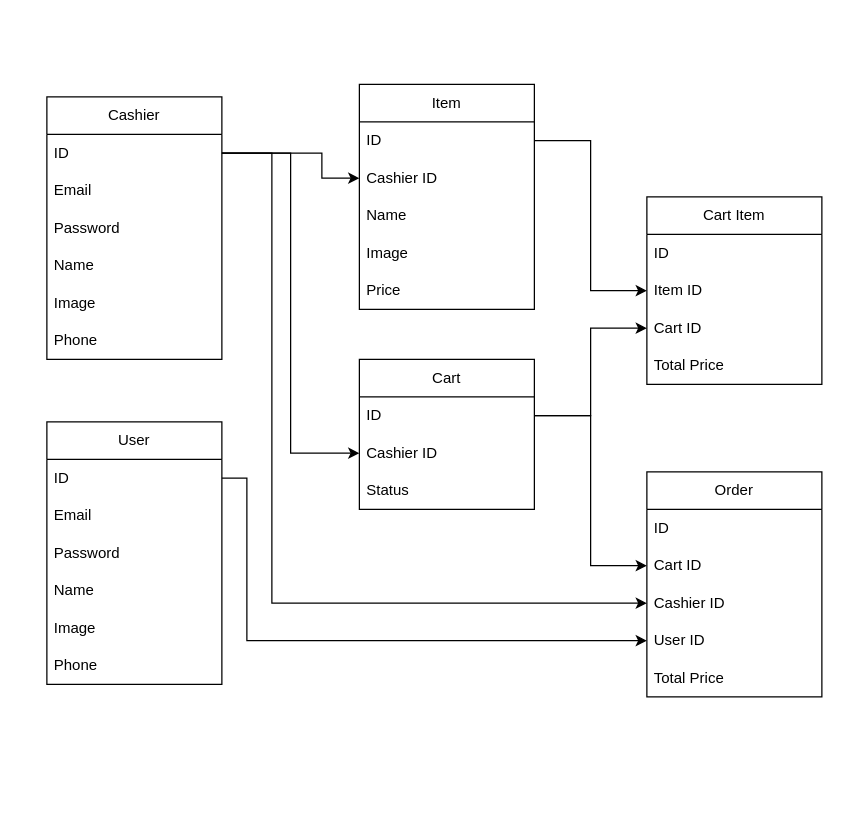
Before: erd-qrin.drawio in gemm123/qrin-api, a draw.io diagram. Source tidied: cells renumbered, new cells numbered last; positions are measured from the earlier drawing's top-left corner, leaving out a move shared by most shapes. Both pictures are drawn from the tidied source at 125%, with x=0, y=0 at pixel (46, 84).
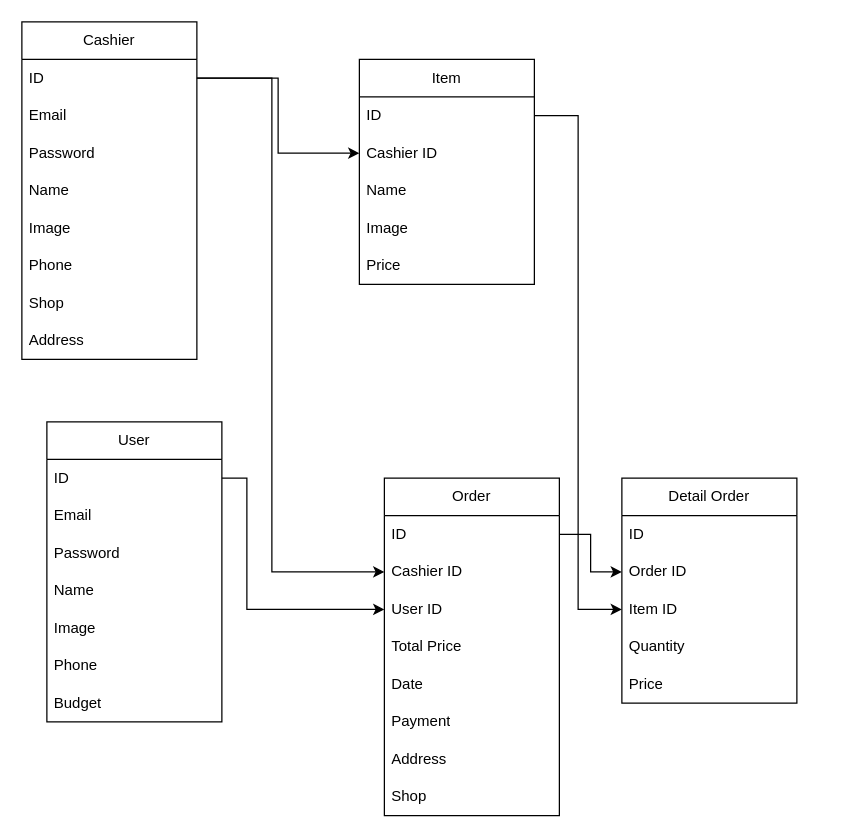
After the change.

The change refers to these unchanged cells:
```xml
<mxCell id="3" value="ID" style="text;strokeColor=none;fillColor=none;align=left;verticalAlign=middle;spacingLeft=4;spacingRight=4;overflow=hidden;points=[[0,0.5],[1,0.5]];portConstraint=eastwest;whiteSpace=wrap;html=1;" parent="2" vertex="1">
  <mxGeometry y="30" width="140" height="30" as="geometry" />
</mxCell>
<mxCell id="10" value="ID" style="text;strokeColor=none;fillColor=none;align=left;verticalAlign=middle;spacingLeft=4;spacingRight=4;overflow=hidden;points=[[0,0.5],[1,0.5]];portConstraint=eastwest;whiteSpace=wrap;html=1;" parent="9" vertex="1">
  <mxGeometry y="30" width="140" height="30" as="geometry" />
</mxCell>
<mxCell id="11" value="Cashier ID" style="text;strokeColor=none;fillColor=none;align=left;verticalAlign=middle;spacingLeft=4;spacingRight=4;overflow=hidden;points=[[0,0.5],[1,0.5]];portConstraint=eastwest;whiteSpace=wrap;html=1;" parent="9" vertex="1">
  <mxGeometry y="60" width="140" height="30" as="geometry" />
</mxCell>
<mxCell id="29" value="ID" style="text;strokeColor=none;fillColor=none;align=left;verticalAlign=middle;spacingLeft=4;spacingRight=4;overflow=hidden;points=[[0,0.5],[1,0.5]];portConstraint=eastwest;whiteSpace=wrap;html=1;" parent="28" vertex="1">
  <mxGeometry y="30" width="140" height="30" as="geometry" />
</mxCell>
<mxCell id="36" value="ID" style="text;strokeColor=none;fillColor=none;align=left;verticalAlign=middle;spacingLeft=4;spacingRight=4;overflow=hidden;points=[[0,0.5],[1,0.5]];portConstraint=eastwest;whiteSpace=wrap;html=1;" parent="35" vertex="1">
  <mxGeometry y="30" width="140" height="30" as="geometry" />
</mxCell>
```

Change to the diagram source:
```diff
@@
     <mxCell id="2" value="User" style="swimlane;fontStyle=0;horizontal=1;startSize=30;whiteSpace=wrap;html=1;" parent="1" vertex="1">
-      <mxGeometry y="270" width="140" height="210" as="geometry" />
+      <mxGeometry y="270" width="140" height="240" as="geometry" />
     </mxCell>
@@
+    <mxCell id="44" value="Budget" style="text;strokeColor=none;fillColor=none;align=left;verticalAlign=middle;spacingLeft=4;spacingRight=4;overflow=hidden;whiteSpace=wrap;html=1;" parent="2" vertex="1">
+      <mxGeometry y="210" width="140" height="30" as="geometry" />
+    </mxCell>
     <mxCell id="9" value="Item" style="swimlane;fontStyle=0;horizontal=1;startSize=30;whiteSpace=wrap;html=1;" parent="1" vertex="1">
-      <mxGeometry x="250" width="140" height="180" as="geometry" />
+      <mxGeometry x="250" y="-20" width="140" height="180" as="geometry" />
     </mxCell>
@@
-    <mxCell id="15" style="edgeStyle=orthogonalEdgeStyle;rounded=0;jettySize=auto;html=1;exitX=1;exitY=0.5;exitDx=0;exitDy=0;entryX=0;entryY=0.5;entryDx=0;entryDy=0;" parent="1" edge="1" source="36" target="11">
-      <mxGeometry relative="1" as="geometry">
-        <Array as="points">
-          <mxPoint x="220" y="55" />
-          <mxPoint x="220" y="75" />
-        </Array>
-      </mxGeometry>
-    </mxCell>
-    <mxCell id="16" value="Cart Item" style="swimlane;fontStyle=0;horizontal=1;startSize=30;whiteSpace=wrap;html=1;" parent="1" vertex="1">
-      <mxGeometry x="480" y="90" width="140" height="150" as="geometry" />
-    </mxCell>
-    <mxCell id="17" value="ID" style="text;strokeColor=none;fillColor=none;align=left;verticalAlign=middle;spacingLeft=4;spacingRight=4;overflow=hidden;whiteSpace=wrap;html=1;" parent="16" vertex="1">
-      <mxGeometry y="30" width="140" height="30" as="geometry" />
-    </mxCell>
-    <mxCell id="18" value="Item ID" style="text;strokeColor=none;fillColor=none;align=left;verticalAlign=middle;spacingLeft=4;spacingRight=4;overflow=hidden;points=[[0,0.5],[1,0.5]];portConstraint=eastwest;whiteSpace=wrap;html=1;" parent="16" vertex="1">
-      <mxGeometry y="60" width="140" height="30" as="geometry" />
-    </mxCell>
-    <mxCell id="19" value="Cart ID" style="text;strokeColor=none;fillColor=none;align=left;verticalAlign=middle;spacingLeft=4;spacingRight=4;overflow=hidden;points=[[0,0.5],[1,0.5]];portConstraint=eastwest;whiteSpace=wrap;html=1;" parent="16" vertex="1">
-      <mxGeometry y="90" width="140" height="30" as="geometry" />
-    </mxCell>
-    <mxCell id="20" value="Total Price" style="text;strokeColor=none;fillColor=none;align=left;verticalAlign=middle;spacingLeft=4;spacingRight=4;overflow=hidden;whiteSpace=wrap;html=1;" parent="16" vertex="1">
-      <mxGeometry y="120" width="140" height="30" as="geometry" />
-    </mxCell>
-    <mxCell id="21" value="Cart" style="swimlane;fontStyle=0;horizontal=1;startSize=30;whiteSpace=wrap;html=1;" parent="1" vertex="1">
-      <mxGeometry x="250" y="220" width="140" height="120" as="geometry" />
-    </mxCell>
-    <mxCell id="22" value="ID" style="text;strokeColor=none;fillColor=none;align=left;verticalAlign=middle;spacingLeft=4;spacingRight=4;overflow=hidden;points=[[0,0.5],[1,0.5]];portConstraint=eastwest;whiteSpace=wrap;html=1;" parent="21" vertex="1">
-      <mxGeometry y="30" width="140" height="30" as="geometry" />
-    </mxCell>
-    <mxCell id="23" value="Cashier ID" style="text;strokeColor=none;fillColor=none;align=left;verticalAlign=middle;spacingLeft=4;spacingRight=4;overflow=hidden;points=[[0,0.5],[1,0.5]];portConstraint=eastwest;whiteSpace=wrap;html=1;" parent="21" vertex="1">
-      <mxGeometry y="60" width="140" height="30" as="geometry" />
-    </mxCell>
-    <mxCell id="24" value="Status" style="text;strokeColor=none;fillColor=none;align=left;verticalAlign=middle;spacingLeft=4;spacingRight=4;overflow=hidden;whiteSpace=wrap;html=1;" parent="21" vertex="1">
-      <mxGeometry y="90" width="140" height="30" as="geometry" />
-    </mxCell>
-    <mxCell id="25" style="edgeStyle=orthogonalEdgeStyle;rounded=0;jettySize=auto;html=1;exitX=1;exitY=0.5;exitDx=0;exitDy=0;entryX=0;entryY=0.5;entryDx=0;entryDy=0;" parent="1" edge="1" source="36" target="23">
-      <mxGeometry relative="1" as="geometry" />
-    </mxCell>
-    <mxCell id="26" style="edgeStyle=orthogonalEdgeStyle;rounded=0;jettySize=auto;html=1;exitX=1;exitY=0.5;exitDx=0;exitDy=0;entryX=0;entryY=0.5;entryDx=0;entryDy=0;" parent="1" edge="1" source="10" target="16">
-      <mxGeometry relative="1" as="geometry" />
-    </mxCell>
-    <mxCell id="27" style="edgeStyle=orthogonalEdgeStyle;rounded=0;jettySize=auto;html=1;exitX=1;exitY=0.5;exitDx=0;exitDy=0;entryX=0;entryY=0.5;entryDx=0;entryDy=0;" parent="1" edge="1" source="22" target="19">
-      <mxGeometry relative="1" as="geometry" />
-    </mxCell>
     <mxCell id="28" value="Order" style="swimlane;fontStyle=0;horizontal=1;startSize=30;whiteSpace=wrap;html=1;" parent="1" vertex="1">
-      <mxGeometry x="480" y="310" width="140" height="180" as="geometry" />
+      <mxGeometry x="270" y="315" width="140" height="270" as="geometry" />
     </mxCell>
@@
-    <mxCell id="30" value="Cart ID" style="text;strokeColor=none;fillColor=none;align=left;verticalAlign=middle;spacingLeft=4;spacingRight=4;overflow=hidden;points=[[0,0.5],[1,0.5]];portConstraint=eastwest;whiteSpace=wrap;html=1;" parent="28" vertex="1">
-      <mxGeometry y="60" width="140" height="30" as="geometry" />
-    </mxCell>
     <mxCell id="31" value="Cashier ID" style="text;strokeColor=none;fillColor=none;align=left;verticalAlign=middle;spacingLeft=4;spacingRight=4;overflow=hidden;points=[[0,0.5],[1,0.5]];portConstraint=eastwest;whiteSpace=wrap;html=1;" parent="28" vertex="1">
-      <mxGeometry y="90" width="140" height="30" as="geometry" />
+      <mxGeometry y="60" width="140" height="30" as="geometry" />
     </mxCell>
     <mxCell id="32" value="User ID" style="text;strokeColor=none;fillColor=none;align=left;verticalAlign=middle;spacingLeft=4;spacingRight=4;overflow=hidden;points=[[0,0.5],[1,0.5]];portConstraint=eastwest;whiteSpace=wrap;html=1;" parent="28" vertex="1">
-      <mxGeometry y="120" width="140" height="30" as="geometry" />
+      <mxGeometry y="90" width="140" height="30" as="geometry" />
     </mxCell>
     <mxCell id="33" value="Total Price" style="text;strokeColor=none;fillColor=none;align=left;verticalAlign=middle;spacingLeft=4;spacingRight=4;overflow=hidden;whiteSpace=wrap;html=1;" parent="28" vertex="1">
-      <mxGeometry y="150" width="140" height="30" as="geometry" />
+      <mxGeometry y="120" width="140" height="30" as="geometry" />
     </mxCell>
-    <mxCell id="34" style="edgeStyle=orthogonalEdgeStyle;rounded=0;jettySize=auto;html=1;exitX=1;exitY=0.5;exitDx=0;exitDy=0;entryX=0;entryY=0.5;entryDx=0;entryDy=0;" parent="1" edge="1" source="22" target="30">
-      <mxGeometry relative="1" as="geometry" />
-    </mxCell>
+    <mxCell id="45" value="Date" style="text;strokeColor=none;fillColor=none;align=left;verticalAlign=middle;spacingLeft=4;spacingRight=4;overflow=hidden;whiteSpace=wrap;html=1;" parent="28" vertex="1">
+      <mxGeometry y="150" width="140" height="30" as="geometry" />
+    </mxCell>
+    <mxCell id="46" value="Payment" style="text;strokeColor=none;fillColor=none;align=left;verticalAlign=middle;spacingLeft=4;spacingRight=4;overflow=hidden;whiteSpace=wrap;html=1;" parent="28" vertex="1">
+      <mxGeometry y="180" width="140" height="30" as="geometry" />
+    </mxCell>
+    <mxCell id="47" value="Address" style="text;strokeColor=none;fillColor=none;align=left;verticalAlign=middle;spacingLeft=4;spacingRight=4;overflow=hidden;whiteSpace=wrap;html=1;" parent="28" vertex="1">
+      <mxGeometry y="210" width="140" height="30" as="geometry" />
+    </mxCell>
+    <mxCell id="48" value="Shop" style="text;strokeColor=none;fillColor=none;align=left;verticalAlign=middle;spacingLeft=4;spacingRight=4;overflow=hidden;whiteSpace=wrap;html=1;" parent="28" vertex="1">
+      <mxGeometry y="240" width="140" height="30" as="geometry" />
+    </mxCell>
     <mxCell id="35" value="Cashier" style="swimlane;fontStyle=0;horizontal=1;startSize=30;whiteSpace=wrap;html=1;" parent="1" vertex="1">
-      <mxGeometry y="10" width="140" height="210" as="geometry" />
+      <mxGeometry x="-20" y="-50" width="140" height="270" as="geometry" />
     </mxCell>
@@
+    <mxCell id="49" value="Shop" style="text;strokeColor=none;fillColor=none;align=left;verticalAlign=middle;spacingLeft=4;spacingRight=4;overflow=hidden;whiteSpace=wrap;html=1;" parent="35" vertex="1">
+      <mxGeometry y="210" width="140" height="30" as="geometry" />
+    </mxCell>
+    <mxCell id="50" value="Address" style="text;strokeColor=none;fillColor=none;align=left;verticalAlign=middle;spacingLeft=4;spacingRight=4;overflow=hidden;whiteSpace=wrap;html=1;" parent="35" vertex="1">
+      <mxGeometry y="240" width="140" height="30" as="geometry" />
+    </mxCell>
     <mxCell id="42" style="edgeStyle=orthogonalEdgeStyle;rounded=0;jettySize=auto;html=1;exitX=1;exitY=0.5;exitDx=0;exitDy=0;entryX=0;entryY=0.5;entryDx=0;entryDy=0;" parent="1" edge="1" source="3" target="32">
       <mxGeometry relative="1" as="geometry">
         <Array as="points">
           <mxPoint x="160" y="315" />
-          <mxPoint x="160" y="445" />
+          <mxPoint x="160" y="420" />
+          <mxPoint x="250" y="420" />
         </Array>
       </mxGeometry>
     </mxCell>
     <mxCell id="43" style="edgeStyle=orthogonalEdgeStyle;rounded=0;jettySize=auto;html=1;exitX=1;exitY=0.5;exitDx=0;exitDy=0;entryX=0;entryY=0.5;entryDx=0;entryDy=0;" parent="1" edge="1" source="36" target="31">
       <mxGeometry relative="1" as="geometry">
         <Array as="points">
-          <mxPoint x="180" y="55" />
-          <mxPoint x="180" y="415" />
+          <mxPoint x="180" y="-5" />
+          <mxPoint x="180" y="390" />
         </Array>
       </mxGeometry>
     </mxCell>
+    <mxCell id="51" value="Detail Order" style="swimlane;fontStyle=0;horizontal=1;startSize=30;whiteSpace=wrap;html=1;" parent="1" vertex="1">
+      <mxGeometry x="460" y="315" width="140" height="180" as="geometry" />
+    </mxCell>
+    <mxCell id="52" value="ID" style="text;strokeColor=none;fillColor=none;align=left;verticalAlign=middle;spacingLeft=4;spacingRight=4;overflow=hidden;whiteSpace=wrap;html=1;" parent="51" vertex="1">
+      <mxGeometry y="30" width="140" height="30" as="geometry" />
+    </mxCell>
+    <mxCell id="53" value="Order ID" style="text;strokeColor=none;fillColor=none;align=left;verticalAlign=middle;spacingLeft=4;spacingRight=4;overflow=hidden;points=[[0,0.5],[1,0.5]];portConstraint=eastwest;whiteSpace=wrap;html=1;" parent="51" vertex="1">
+      <mxGeometry y="60" width="140" height="30" as="geometry" />
+    </mxCell>
+    <mxCell id="18" value="Item ID" style="text;strokeColor=none;fillColor=none;align=left;verticalAlign=middle;spacingLeft=4;spacingRight=4;overflow=hidden;points=[[0,0.5],[1,0.5]];portConstraint=eastwest;whiteSpace=wrap;html=1;" parent="51" vertex="1">
+      <mxGeometry y="90" width="140" height="30" as="geometry" />
+    </mxCell>
+    <mxCell id="54" value="Quantity" style="text;strokeColor=none;fillColor=none;align=left;verticalAlign=middle;spacingLeft=4;spacingRight=4;overflow=hidden;whiteSpace=wrap;html=1;" parent="51" vertex="1">
+      <mxGeometry y="120" width="140" height="30" as="geometry" />
+    </mxCell>
+    <mxCell id="55" value="Price" style="text;strokeColor=none;fillColor=none;align=left;verticalAlign=middle;spacingLeft=4;spacingRight=4;overflow=hidden;whiteSpace=wrap;html=1;" parent="51" vertex="1">
+      <mxGeometry y="150" width="140" height="30" as="geometry" />
+    </mxCell>
+    <mxCell id="56" style="edgeStyle=orthogonalEdgeStyle;rounded=0;jettySize=auto;html=1;exitX=1;exitY=0.5;exitDx=0;exitDy=0;entryX=0;entryY=0.5;entryDx=0;entryDy=0;" parent="1" edge="1" source="29" target="53">
+      <mxGeometry relative="1" as="geometry" />
+    </mxCell>
+    <mxCell id="15" style="edgeStyle=orthogonalEdgeStyle;rounded=0;jettySize=auto;html=1;exitX=1;exitY=0.5;exitDx=0;exitDy=0;entryX=0;entryY=0.5;entryDx=0;entryDy=0;" parent="1" edge="1" source="36" target="11">
+      <mxGeometry relative="1" as="geometry" />
+    </mxCell>
+    <mxCell id="57" style="edgeStyle=orthogonalEdgeStyle;html=1;exitX=1;exitY=0.5;exitDx=0;exitDy=0;entryX=0;entryY=0.5;entryDx=0;entryDy=0;rounded=0;" parent="1" edge="1" source="10" target="18">
+      <mxGeometry relative="1" as="geometry" />
+    </mxCell>
```
